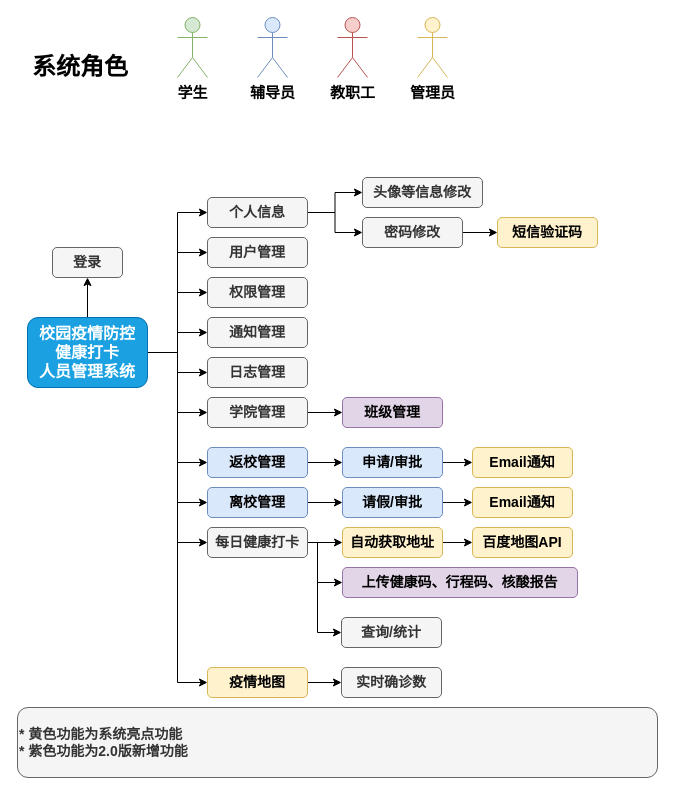
Above: Springboot/校园疫情防控基础版.drawio in redcomet88/DRAW (draw.io), before the change. Source tidied: cells renumbered, new cells numbered last; positions are measured from the earlier drawing's top-left corner, leaving out a move shared by most shapes. Both pictures are drawn from the tidied source at 100%, with x=0, y=0 at pixel (17, 17).
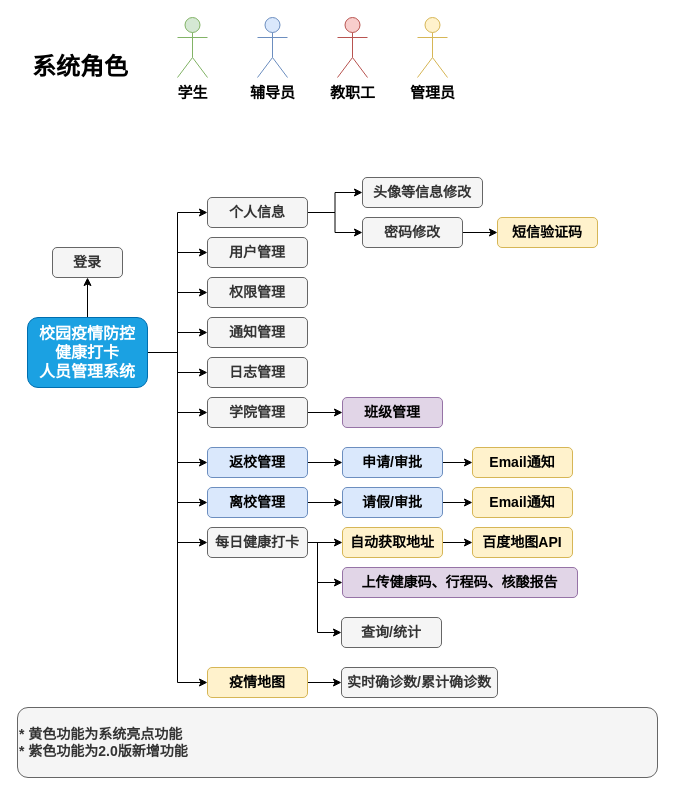
Above is the later version.

Commit message:
更新校园疫情防控基础版.drawio

Change to the diagram source:
```diff
@@
-    <mxCell id="42" value="实时确诊数" style="rounded=1;whiteSpace=wrap;html=1;fontSize=14;fillColor=#f5f5f5;fontColor=#333333;strokeColor=#666666;fontStyle=1;" parent="1" vertex="1">
-      <mxGeometry x="324" y="650" width="100" height="30" as="geometry" />
+    <mxCell id="42" value="实时确诊数/累计确诊数" style="rounded=1;whiteSpace=wrap;html=1;fontSize=14;fillColor=#f5f5f5;fontColor=#333333;strokeColor=#666666;fontStyle=1;" parent="1" vertex="1">
+      <mxGeometry x="324" y="650" width="156" height="30" as="geometry" />
     </mxCell>
```
